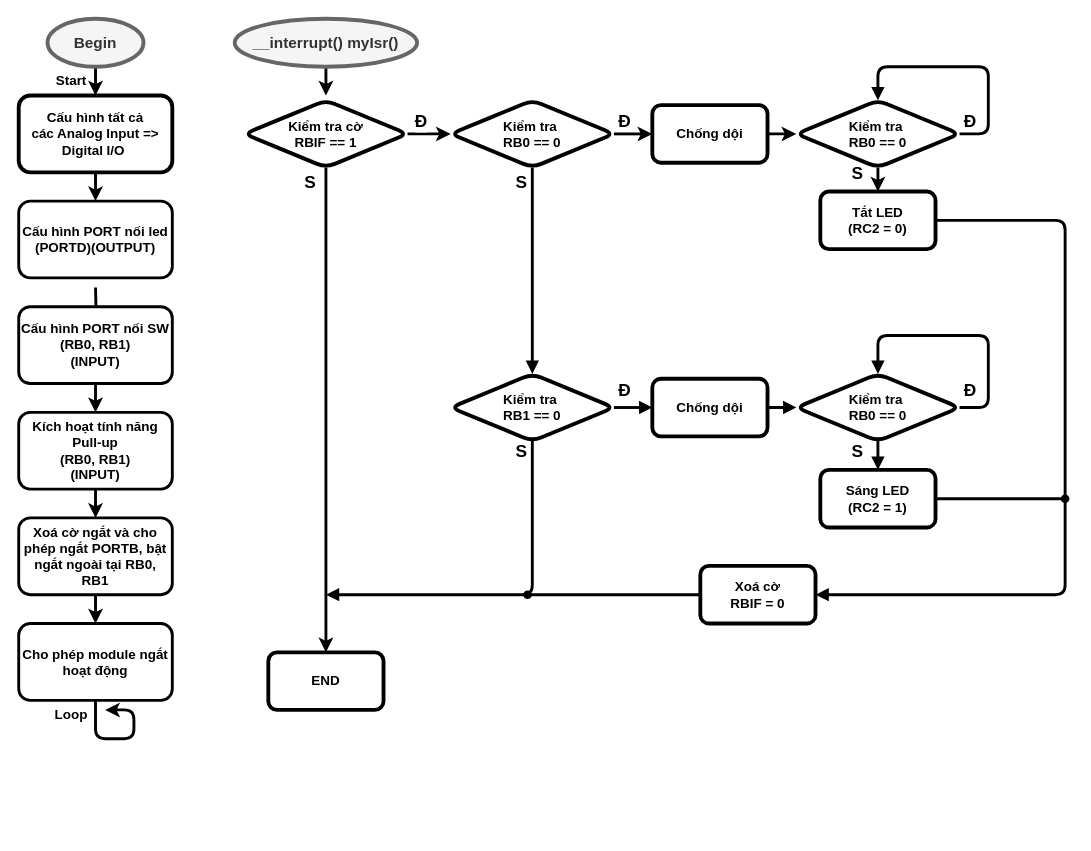
This is Untitled Diagram.drawio from rikkapro0128/CHUAN_NOP_MPLAB, a draw.io file, before an edit. Source tidied: cells renumbered, new cells numbered last; positions are measured from the earlier drawing's top-left corner, leaving out a move shared by most shapes. Both pictures are drawn from the tidied source at 96%, with x=0, y=0 at pixel (18, 18).
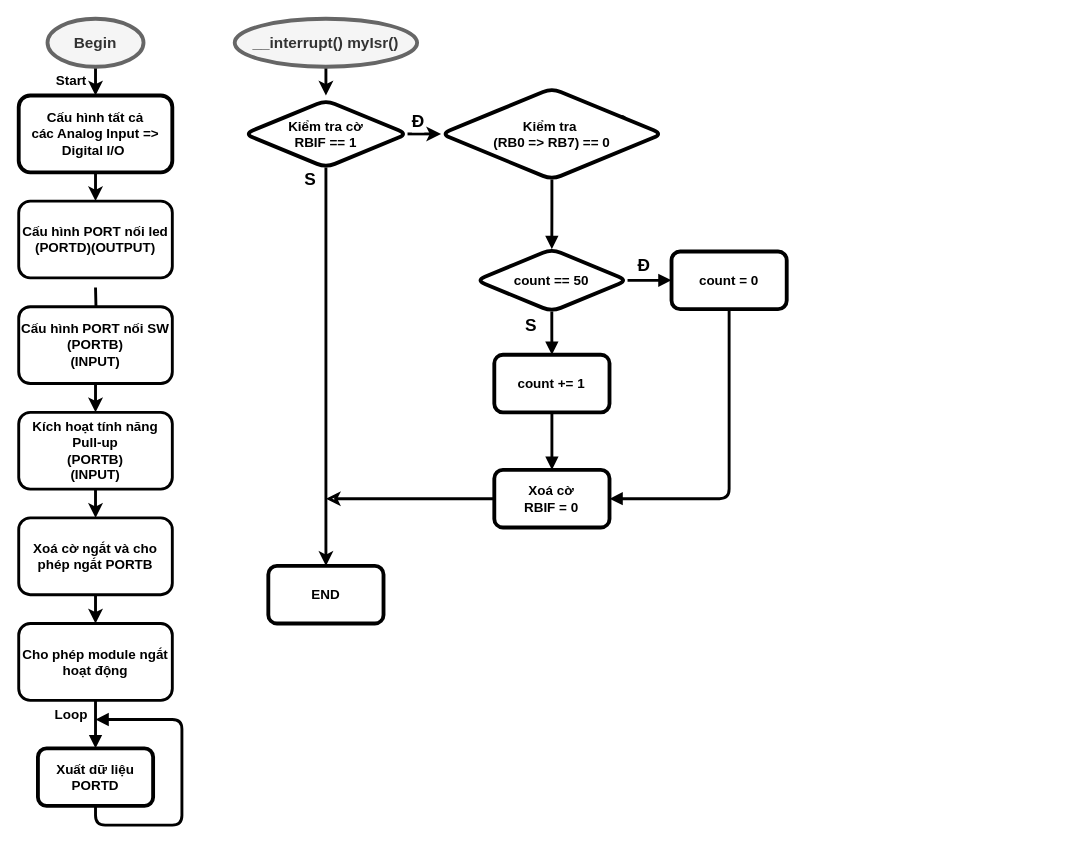
The same page after the edit.

The change refers to these unchanged cells:
```xml
<mxCell id="16" value="&lt;blockquote style=&quot;margin: 0 0 0 40px ; border: none ; padding: 0px&quot;&gt;&lt;/blockquote&gt;&lt;blockquote style=&quot;margin: 0 0 0 40px ; border: none ; padding: 0px&quot;&gt;&lt;blockquote style=&quot;margin: 0 0 0 40px ; border: none ; padding: 0px&quot;&gt;&lt;blockquote style=&quot;margin: 0 0 0 40px ; border: none ; padding: 0px&quot;&gt;&lt;/blockquote&gt;&lt;/blockquote&gt;&lt;/blockquote&gt;&lt;div&gt;&lt;span style=&quot;font-size: 14px&quot;&gt;&lt;b&gt;Cho phép module ngắt hoạt động&lt;/b&gt;&lt;/span&gt;&lt;/div&gt;&lt;blockquote style=&quot;margin: 0 0 0 40px ; border: none ; padding: 0px&quot;&gt;&lt;/blockquote&gt;&lt;blockquote style=&quot;margin: 0 0 0 40px ; border: none ; padding: 0px&quot;&gt;&lt;/blockquote&gt;&lt;blockquote style=&quot;margin: 0 0 0 40px ; border: none ; padding: 0px&quot;&gt;&lt;/blockquote&gt;" style="rounded=1;whiteSpace=wrap;html=1;strokeWidth=3;" parent="1" vertex="1">
  <mxGeometry y="630" width="160" height="80" as="geometry" />
</mxCell>
<mxCell id="20" style="edgeStyle=orthogonalEdgeStyle;rounded=1;jettySize=auto;html=1;strokeWidth=3;" parent="1" edge="1" source="32" target="33">
  <mxGeometry relative="1" as="geometry" />
</mxCell>
<mxCell id="26" style="edgeStyle=orthogonalEdgeStyle;rounded=1;jettySize=auto;html=1;strokeWidth=3;fontSize=18;" parent="1" edge="1" source="32" target="36">
  <mxGeometry relative="1" as="geometry">
    <Array as="points">
      <mxPoint x="440" y="120" />
      <mxPoint x="440" y="120" />
    </Array>
  </mxGeometry>
</mxCell>
```

What changed in the source:
```diff
@@
-    <mxCell id="9" value="&lt;blockquote style=&quot;margin: 0 0 0 40px ; border: none ; padding: 0px&quot;&gt;&lt;/blockquote&gt;&lt;blockquote style=&quot;margin: 0 0 0 40px ; border: none ; padding: 0px&quot;&gt;&lt;blockquote style=&quot;margin: 0 0 0 40px ; border: none ; padding: 0px&quot;&gt;&lt;blockquote style=&quot;margin: 0 0 0 40px ; border: none ; padding: 0px&quot;&gt;&lt;/blockquote&gt;&lt;/blockquote&gt;&lt;/blockquote&gt;&lt;div&gt;&lt;div&gt;&lt;span style=&quot;font-size: 14px&quot;&gt;&lt;b&gt;Cấu hình PORT nối SW&lt;/b&gt;&lt;/span&gt;&lt;/div&gt;&lt;/div&gt;&lt;div&gt;&lt;span style=&quot;font-size: 14px&quot;&gt;&lt;b&gt;(RB0, RB1)&lt;/b&gt;&lt;/span&gt;&lt;/div&gt;&lt;b style=&quot;font-size: 14px&quot;&gt;(INPUT)&lt;/b&gt;&lt;blockquote style=&quot;margin: 0 0 0 40px ; border: none ; padding: 0px&quot;&gt;&lt;/blockquote&gt;&lt;blockquote style=&quot;margin: 0 0 0 40px ; border: none ; padding: 0px&quot;&gt;&lt;/blockquote&gt;&lt;blockquote style=&quot;margin: 0 0 0 40px ; border: none ; padding: 0px&quot;&gt;&lt;/blockquote&gt;" style="rounded=1;whiteSpace=wrap;html=1;strokeWidth=3;" parent="1" vertex="1">
+    <mxCell id="9" value="&lt;blockquote style=&quot;margin: 0 0 0 40px ; border: none ; padding: 0px&quot;&gt;&lt;/blockquote&gt;&lt;blockquote style=&quot;margin: 0 0 0 40px ; border: none ; padding: 0px&quot;&gt;&lt;blockquote style=&quot;margin: 0 0 0 40px ; border: none ; padding: 0px&quot;&gt;&lt;blockquote style=&quot;margin: 0 0 0 40px ; border: none ; padding: 0px&quot;&gt;&lt;/blockquote&gt;&lt;/blockquote&gt;&lt;/blockquote&gt;&lt;div&gt;&lt;div&gt;&lt;span style=&quot;font-size: 14px&quot;&gt;&lt;b&gt;Cấu hình PORT nối SW&lt;/b&gt;&lt;/span&gt;&lt;/div&gt;&lt;/div&gt;&lt;div&gt;&lt;span style=&quot;font-size: 14px&quot;&gt;&lt;b&gt;(PORTB)&lt;/b&gt;&lt;/span&gt;&lt;/div&gt;&lt;b style=&quot;font-size: 14px&quot;&gt;(INPUT)&lt;/b&gt;&lt;blockquote style=&quot;margin: 0 0 0 40px ; border: none ; padding: 0px&quot;&gt;&lt;/blockquote&gt;&lt;blockquote style=&quot;margin: 0 0 0 40px ; border: none ; padding: 0px&quot;&gt;&lt;/blockquote&gt;&lt;blockquote style=&quot;margin: 0 0 0 40px ; border: none ; padding: 0px&quot;&gt;&lt;/blockquote&gt;" style="rounded=1;whiteSpace=wrap;html=1;strokeWidth=3;" parent="1" vertex="1">
       <mxGeometry y="300" width="160" height="80" as="geometry" />
     </mxCell>
@@
-    <mxCell id="11" value="&lt;blockquote style=&quot;margin: 0 0 0 40px ; border: none ; padding: 0px&quot;&gt;&lt;/blockquote&gt;&lt;blockquote style=&quot;margin: 0 0 0 40px ; border: none ; padding: 0px&quot;&gt;&lt;blockquote style=&quot;margin: 0 0 0 40px ; border: none ; padding: 0px&quot;&gt;&lt;blockquote style=&quot;margin: 0 0 0 40px ; border: none ; padding: 0px&quot;&gt;&lt;/blockquote&gt;&lt;/blockquote&gt;&lt;/blockquote&gt;&lt;div&gt;&lt;span style=&quot;font-size: 14px&quot;&gt;&lt;b&gt;Kích hoạt tính năng Pull-up&lt;/b&gt;&lt;/span&gt;&lt;/div&gt;&lt;div&gt;&lt;span style=&quot;font-size: 14px&quot;&gt;&lt;b&gt;(RB0, RB1)&lt;/b&gt;&lt;/span&gt;&lt;/div&gt;&lt;b style=&quot;font-size: 14px&quot;&gt;(INPUT)&lt;/b&gt;&lt;blockquote style=&quot;margin: 0 0 0 40px ; border: none ; padding: 0px&quot;&gt;&lt;/blockquote&gt;&lt;blockquote style=&quot;margin: 0 0 0 40px ; border: none ; padding: 0px&quot;&gt;&lt;/blockquote&gt;&lt;blockquote style=&quot;margin: 0 0 0 40px ; border: none ; padding: 0px&quot;&gt;&lt;/blockquote&gt;" style="rounded=1;whiteSpace=wrap;html=1;strokeWidth=3;" parent="1" vertex="1">
+    <mxCell id="11" value="&lt;blockquote style=&quot;margin: 0 0 0 40px ; border: none ; padding: 0px&quot;&gt;&lt;/blockquote&gt;&lt;blockquote style=&quot;margin: 0 0 0 40px ; border: none ; padding: 0px&quot;&gt;&lt;blockquote style=&quot;margin: 0 0 0 40px ; border: none ; padding: 0px&quot;&gt;&lt;blockquote style=&quot;margin: 0 0 0 40px ; border: none ; padding: 0px&quot;&gt;&lt;/blockquote&gt;&lt;/blockquote&gt;&lt;/blockquote&gt;&lt;div&gt;&lt;span style=&quot;font-size: 14px&quot;&gt;&lt;b&gt;Kích hoạt tính năng Pull-up&lt;/b&gt;&lt;/span&gt;&lt;/div&gt;&lt;div&gt;&lt;span style=&quot;font-size: 14px&quot;&gt;&lt;b&gt;(&lt;/b&gt;&lt;/span&gt;&lt;b style=&quot;font-size: 14px&quot;&gt;PORTB&lt;/b&gt;&lt;span style=&quot;font-size: 14px&quot;&gt;&lt;b&gt;)&lt;/b&gt;&lt;/span&gt;&lt;/div&gt;&lt;b style=&quot;font-size: 14px&quot;&gt;(INPUT)&lt;/b&gt;&lt;blockquote style=&quot;margin: 0 0 0 40px ; border: none ; padding: 0px&quot;&gt;&lt;/blockquote&gt;&lt;blockquote style=&quot;margin: 0 0 0 40px ; border: none ; padding: 0px&quot;&gt;&lt;/blockquote&gt;&lt;blockquote style=&quot;margin: 0 0 0 40px ; border: none ; padding: 0px&quot;&gt;&lt;/blockquote&gt;" style="rounded=1;whiteSpace=wrap;html=1;strokeWidth=3;" parent="1" vertex="1">
       <mxGeometry y="410" width="160" height="80" as="geometry" />
     </mxCell>
@@
-    <mxCell id="13" value="&lt;blockquote style=&quot;margin: 0 0 0 40px ; border: none ; padding: 0px&quot;&gt;&lt;/blockquote&gt;&lt;blockquote style=&quot;margin: 0 0 0 40px ; border: none ; padding: 0px&quot;&gt;&lt;blockquote style=&quot;margin: 0 0 0 40px ; border: none ; padding: 0px&quot;&gt;&lt;blockquote style=&quot;margin: 0 0 0 40px ; border: none ; padding: 0px&quot;&gt;&lt;/blockquote&gt;&lt;/blockquote&gt;&lt;/blockquote&gt;&lt;div&gt;&lt;span style=&quot;font-size: 14px&quot;&gt;&lt;b&gt;Xoá cờ ngắt và cho phép ngắt PORTB, bật ngắt ngoài tại RB0, RB1&lt;/b&gt;&lt;/span&gt;&lt;/div&gt;&lt;blockquote style=&quot;margin: 0 0 0 40px ; border: none ; padding: 0px&quot;&gt;&lt;/blockquote&gt;&lt;blockquote style=&quot;margin: 0 0 0 40px ; border: none ; padding: 0px&quot;&gt;&lt;/blockquote&gt;&lt;blockquote style=&quot;margin: 0 0 0 40px ; border: none ; padding: 0px&quot;&gt;&lt;/blockquote&gt;" style="rounded=1;whiteSpace=wrap;html=1;strokeWidth=3;" parent="1" vertex="1">
+    <mxCell id="13" value="&lt;blockquote style=&quot;margin: 0 0 0 40px ; border: none ; padding: 0px&quot;&gt;&lt;/blockquote&gt;&lt;blockquote style=&quot;margin: 0 0 0 40px ; border: none ; padding: 0px&quot;&gt;&lt;blockquote style=&quot;margin: 0 0 0 40px ; border: none ; padding: 0px&quot;&gt;&lt;blockquote style=&quot;margin: 0 0 0 40px ; border: none ; padding: 0px&quot;&gt;&lt;/blockquote&gt;&lt;/blockquote&gt;&lt;/blockquote&gt;&lt;div&gt;&lt;span style=&quot;font-size: 14px&quot;&gt;&lt;b&gt;Xoá cờ ngắt và cho phép ngắt PORTB&lt;/b&gt;&lt;/span&gt;&lt;/div&gt;&lt;blockquote style=&quot;margin: 0 0 0 40px ; border: none ; padding: 0px&quot;&gt;&lt;/blockquote&gt;&lt;blockquote style=&quot;margin: 0 0 0 40px ; border: none ; padding: 0px&quot;&gt;&lt;/blockquote&gt;&lt;blockquote style=&quot;margin: 0 0 0 40px ; border: none ; padding: 0px&quot;&gt;&lt;/blockquote&gt;" style="rounded=1;whiteSpace=wrap;html=1;strokeWidth=3;" parent="1" vertex="1">
       <mxGeometry y="520" width="160" height="80" as="geometry" />
     </mxCell>
@@
-    <mxCell id="15" style="edgeStyle=orthogonalEdgeStyle;rounded=1;jettySize=auto;html=1;strokeWidth=3;" parent="1" edge="1" source="16">
-      <mxGeometry relative="1" as="geometry">
-        <mxPoint x="90" y="720" as="targetPoint" />
-        <Array as="points">
-          <mxPoint x="80" y="750" />
-          <mxPoint x="120" y="750" />
-          <mxPoint x="120" y="720" />
-        </Array>
-      </mxGeometry>
-    </mxCell>
+    <mxCell id="56" style="edgeStyle=orthogonalEdgeStyle;rounded=1;jettySize=auto;html=1;endArrow=block;endFill=1;strokeWidth=3;fontSize=18;" parent="1" edge="1" source="16" target="61">
+      <mxGeometry relative="1" as="geometry" />
+    </mxCell>
@@
-    <mxCell id="22" value="S" style="edgeLabel;html=1;align=right;verticalAlign=middle;horizontal=1;fontSize=18;fontStyle=1;labelPosition=left;verticalLabelPosition=middle;" parent="20" vertex="1">
-      <mxGeometry x="-0.93" relative="1" as="geometry">
-        <mxPoint x="560" y="-13" as="offset" />
-      </mxGeometry>
-    </mxCell>
-    <mxCell id="23" value="S" style="edgeLabel;html=1;align=right;verticalAlign=middle;horizontal=1;fontSize=18;fontStyle=1;labelPosition=left;verticalLabelPosition=middle;" parent="20" vertex="1">
-      <mxGeometry x="-0.93" relative="1" as="geometry">
-        <mxPoint x="560" y="277" as="offset" />
-      </mxGeometry>
-    </mxCell>
-    <mxCell id="24" value="S" style="edgeLabel;html=1;align=right;verticalAlign=middle;horizontal=1;fontSize=18;fontStyle=1;labelPosition=left;verticalLabelPosition=middle;" parent="20" vertex="1">
-      <mxGeometry x="-0.93" relative="1" as="geometry">
-        <mxPoint x="210" y="-3" as="offset" />
-      </mxGeometry>
-    </mxCell>
-    <mxCell id="25" value="S" style="edgeLabel;html=1;align=right;verticalAlign=middle;horizontal=1;fontSize=18;fontStyle=1;labelPosition=left;verticalLabelPosition=middle;" parent="20" vertex="1">
-      <mxGeometry x="-0.93" relative="1" as="geometry">
-        <mxPoint x="210" y="277" as="offset" />
-      </mxGeometry>
-    </mxCell>
+    <mxCell id="57" value="S" style="edgeLabel;html=1;align=right;verticalAlign=middle;horizontal=1;fontSize=18;fontStyle=1;labelPosition=left;verticalLabelPosition=middle;" parent="20" vertex="1">
+      <mxGeometry x="-0.93" relative="1" as="geometry">
+        <mxPoint x="220" y="149.8" as="offset" />
+      </mxGeometry>
+    </mxCell>
@@
-    <mxCell id="28" value="Đ" style="edgeLabel;html=1;align=center;verticalAlign=bottom;fontSize=18;fontStyle=1;horizontal=1;" parent="26" vertex="1">
-      <mxGeometry x="-0.41" relative="1" as="geometry">
-        <mxPoint x="572" as="offset" />
-      </mxGeometry>
-    </mxCell>
-    <mxCell id="29" value="Đ" style="edgeLabel;html=1;align=center;verticalAlign=bottom;fontSize=18;fontStyle=1;horizontal=1;" parent="26" vertex="1">
-      <mxGeometry x="-0.41" relative="1" as="geometry">
-        <mxPoint x="572" y="280" as="offset" />
-      </mxGeometry>
-    </mxCell>
@@
-    <mxCell id="31" value="Đ" style="edgeLabel;html=1;align=center;verticalAlign=bottom;fontSize=18;fontStyle=1;horizontal=1;" parent="26" vertex="1">
-      <mxGeometry x="-0.41" relative="1" as="geometry">
-        <mxPoint x="212" y="280" as="offset" />
-      </mxGeometry>
-    </mxCell>
+    <mxCell id="58" value="Đ" style="edgeLabel;html=1;align=center;verticalAlign=bottom;fontSize=18;fontStyle=1;horizontal=1;" parent="26" vertex="1">
+      <mxGeometry x="-0.41" relative="1" as="geometry">
+        <mxPoint x="235" y="150" as="offset" />
+      </mxGeometry>
+    </mxCell>
@@
     <mxCell id="33" value="&lt;font style=&quot;font-size: 14px&quot;&gt;&lt;b&gt;END&lt;/b&gt;&lt;/font&gt;" style="whiteSpace=wrap;html=1;rounded=1;strokeWidth=4;" parent="1" vertex="1">
-      <mxGeometry x="260" y="660" width="120" height="60" as="geometry" />
+      <mxGeometry x="260" y="570" width="120" height="60" as="geometry" />
     </mxCell>
-    <mxCell id="34" style="edgeStyle=orthogonalEdgeStyle;rounded=1;jettySize=auto;html=1;strokeWidth=3;fontSize=18;" parent="1" edge="1" source="36" target="41">
-      <mxGeometry relative="1" as="geometry" />
-    </mxCell>
-    <mxCell id="35" style="edgeStyle=orthogonalEdgeStyle;rounded=1;jettySize=auto;html=1;entryX=0.5;entryY=0;entryDx=0;entryDy=0;endArrow=block;endFill=1;strokeWidth=3;fontSize=18;" parent="1" edge="1" source="36" target="39">
-      <mxGeometry relative="1" as="geometry" />
-    </mxCell>
+    <mxCell id="59" style="edgeStyle=orthogonalEdgeStyle;rounded=1;jettySize=auto;html=1;endArrow=block;endFill=1;strokeWidth=3;fontSize=18;" parent="1" edge="1" source="36" target="64">
+      <mxGeometry relative="1" as="geometry" />
+    </mxCell>
-    <mxCell id="36" value="&lt;b&gt;&lt;font style=&quot;font-size: 14px&quot;&gt;Kiểm tra&amp;nbsp;&lt;br&gt;RB0 == 0&lt;br&gt;&lt;/font&gt;&lt;/b&gt;" style="rhombus;whiteSpace=wrap;html=1;rounded=1;strokeWidth=4;" parent="1" vertex="1">
-      <mxGeometry x="450" y="85" width="170" height="70" as="geometry" />
+    <mxCell id="36" value="&lt;b&gt;&lt;font style=&quot;font-size: 14px&quot;&gt;Kiểm tra&amp;nbsp;&lt;br&gt;(RB0 =&amp;gt; RB7) == 0&lt;br&gt;&lt;/font&gt;&lt;/b&gt;" style="rhombus;whiteSpace=wrap;html=1;rounded=1;strokeWidth=4;" parent="1" vertex="1">
+      <mxGeometry x="440" y="72.5" width="230.7" height="95" as="geometry" />
     </mxCell>
-    <mxCell id="37" style="edgeStyle=orthogonalEdgeStyle;rounded=1;jettySize=auto;html=1;endArrow=block;endFill=1;strokeWidth=3;fontSize=18;" parent="1" edge="1" source="39" target="48">
-      <mxGeometry relative="1" as="geometry" />
-    </mxCell>
-    <mxCell id="38" style="edgeStyle=orthogonalEdgeStyle;rounded=1;jettySize=auto;html=1;endArrow=block;endFill=1;strokeWidth=3;fontSize=18;" parent="1" edge="1" source="39">
-      <mxGeometry relative="1" as="geometry">
-        <mxPoint x="320" y="600" as="targetPoint" />
-        <Array as="points">
-          <mxPoint x="535" y="600" />
-        </Array>
-      </mxGeometry>
-    </mxCell>
-    <mxCell id="39" value="&lt;b&gt;&lt;font style=&quot;font-size: 14px&quot;&gt;Kiểm tra&amp;nbsp;&lt;br&gt;RB1 == 0&lt;br&gt;&lt;/font&gt;&lt;/b&gt;" style="rhombus;whiteSpace=wrap;html=1;rounded=1;strokeWidth=4;" parent="1" vertex="1">
-      <mxGeometry x="450" y="370" width="170" height="70" as="geometry" />
-    </mxCell>
-    <mxCell id="40" style="edgeStyle=orthogonalEdgeStyle;rounded=1;jettySize=auto;html=1;strokeWidth=3;fontSize=18;" parent="1" edge="1" source="41" target="44">
-      <mxGeometry relative="1" as="geometry" />
-    </mxCell>
-    <mxCell id="41" value="&lt;b&gt;&lt;font style=&quot;font-size: 14px&quot;&gt;Chống dội&lt;/font&gt;&lt;/b&gt;" style="whiteSpace=wrap;html=1;rounded=1;strokeWidth=4;" parent="1" vertex="1">
-      <mxGeometry x="660" y="90" width="120" height="60" as="geometry" />
-    </mxCell>
-    <mxCell id="42" style="edgeStyle=orthogonalEdgeStyle;rounded=1;jettySize=auto;html=1;strokeWidth=3;fontSize=18;" parent="1" edge="1" source="44" target="46">
-      <mxGeometry relative="1" as="geometry" />
-    </mxCell>
-    <mxCell id="43" style="edgeStyle=orthogonalEdgeStyle;rounded=1;orthogonalLoop=1;jettySize=auto;html=1;endArrow=block;endFill=1;strokeWidth=3;fontSize=18;entryX=0.5;entryY=0;entryDx=0;entryDy=0;" parent="1" edge="1" source="44" target="44">
-      <mxGeometry relative="1" as="geometry">
-        <Array as="points">
-          <mxPoint x="1010" y="120" />
-          <mxPoint x="1010" y="50" />
-          <mxPoint x="895" y="50" />
-        </Array>
-      </mxGeometry>
-    </mxCell>
-    <mxCell id="44" value="&lt;b&gt;&lt;font style=&quot;font-size: 14px&quot;&gt;Kiểm tra&amp;nbsp;&lt;br&gt;RB0 == 0&lt;/font&gt;&lt;/b&gt;&lt;b&gt;&lt;font style=&quot;font-size: 14px&quot;&gt;&lt;br&gt;&lt;/font&gt;&lt;/b&gt;" style="rhombus;whiteSpace=wrap;html=1;rounded=1;strokeWidth=4;" parent="1" vertex="1">
-      <mxGeometry x="810" y="85" width="170" height="70" as="geometry" />
-    </mxCell>
-    <mxCell id="45" style="edgeStyle=orthogonalEdgeStyle;rounded=1;jettySize=auto;html=1;endArrow=block;endFill=1;strokeWidth=3;fontSize=18;entryX=1;entryY=0.5;entryDx=0;entryDy=0;" parent="1" edge="1" source="46" target="55">
-      <mxGeometry relative="1" as="geometry">
-        <Array as="points">
-          <mxPoint x="1090" y="210" />
-          <mxPoint x="1090" y="600" />
-        </Array>
-      </mxGeometry>
-    </mxCell>
-    <mxCell id="46" value="&lt;b style=&quot;font-size: 14px&quot;&gt;Tắt LED&lt;br&gt;(RC2 = 0)&lt;/b&gt;" style="whiteSpace=wrap;html=1;rounded=1;strokeWidth=4;" parent="1" vertex="1">
-      <mxGeometry x="835" y="180" width="120" height="60" as="geometry" />
-    </mxCell>
-    <mxCell id="47" style="edgeStyle=orthogonalEdgeStyle;rounded=1;jettySize=auto;html=1;endArrow=block;endFill=1;strokeWidth=3;fontSize=18;" parent="1" edge="1" source="48" target="51">
-      <mxGeometry relative="1" as="geometry" />
-    </mxCell>
-    <mxCell id="48" value="&lt;b&gt;&lt;font style=&quot;font-size: 14px&quot;&gt;Chống dội&lt;/font&gt;&lt;/b&gt;" style="whiteSpace=wrap;html=1;rounded=1;strokeWidth=4;" parent="1" vertex="1">
-      <mxGeometry x="660" y="375" width="120" height="60" as="geometry" />
-    </mxCell>
-    <mxCell id="49" style="edgeStyle=orthogonalEdgeStyle;rounded=1;jettySize=auto;html=1;endArrow=block;endFill=1;strokeWidth=3;fontSize=18;" parent="1" edge="1" source="51" target="53">
-      <mxGeometry relative="1" as="geometry" />
-    </mxCell>
-    <mxCell id="50" style="edgeStyle=orthogonalEdgeStyle;rounded=1;orthogonalLoop=1;jettySize=auto;html=1;endArrow=block;endFill=1;strokeWidth=3;fontSize=18;entryX=0.5;entryY=0;entryDx=0;entryDy=0;" parent="1" edge="1" source="51" target="51">
-      <mxGeometry relative="1" as="geometry">
-        <Array as="points">
-          <mxPoint x="1010" y="405" />
-          <mxPoint x="1010" y="330" />
-          <mxPoint x="895" y="330" />
-        </Array>
-      </mxGeometry>
-    </mxCell>
-    <mxCell id="51" value="&lt;b&gt;&lt;font style=&quot;font-size: 14px&quot;&gt;Kiểm tra&amp;nbsp;&lt;br&gt;RB0 == 0&lt;/font&gt;&lt;/b&gt;&lt;b&gt;&lt;font style=&quot;font-size: 14px&quot;&gt;&lt;br&gt;&lt;/font&gt;&lt;/b&gt;" style="rhombus;whiteSpace=wrap;html=1;rounded=1;strokeWidth=4;" parent="1" vertex="1">
-      <mxGeometry x="810" y="370" width="170" height="70" as="geometry" />
-    </mxCell>
-    <mxCell id="52" style="edgeStyle=orthogonalEdgeStyle;rounded=1;jettySize=auto;html=1;endArrow=oval;endFill=1;strokeWidth=3;fontSize=18;" parent="1" edge="1" source="53">
-      <mxGeometry relative="1" as="geometry">
-        <mxPoint x="1090" y="500" as="targetPoint" />
-      </mxGeometry>
-    </mxCell>
-    <mxCell id="53" value="&lt;b style=&quot;font-size: 14px&quot;&gt;Sáng LED&lt;br&gt;(RC2 = 1)&lt;/b&gt;" style="whiteSpace=wrap;html=1;rounded=1;strokeWidth=4;" parent="1" vertex="1">
-      <mxGeometry x="835" y="470" width="120" height="60" as="geometry" />
-    </mxCell>
-    <mxCell id="54" style="edgeStyle=orthogonalEdgeStyle;rounded=1;jettySize=auto;html=1;endArrow=oval;endFill=1;strokeWidth=3;fontSize=18;" parent="1" edge="1" source="55">
-      <mxGeometry relative="1" as="geometry">
-        <mxPoint x="530" y="600" as="targetPoint" />
-      </mxGeometry>
-    </mxCell>
+    <mxCell id="60" style="edgeStyle=orthogonalEdgeStyle;rounded=1;jettySize=auto;html=1;endArrow=block;endFill=1;strokeWidth=3;fontSize=18;" parent="1" edge="1" source="61">
+      <mxGeometry relative="1" as="geometry">
+        <mxPoint x="80" y="730" as="targetPoint" />
+        <Array as="points">
+          <mxPoint x="80" y="840" />
+          <mxPoint x="170" y="840" />
+          <mxPoint x="170" y="730" />
+        </Array>
+      </mxGeometry>
+    </mxCell>
+    <mxCell id="61" value="&lt;font style=&quot;font-size: 14px&quot;&gt;&lt;b&gt;Xuất dữ liệu PORTD&lt;/b&gt;&lt;/font&gt;" style="whiteSpace=wrap;html=1;rounded=1;strokeWidth=4;" parent="1" vertex="1">
+      <mxGeometry x="20" y="760" width="120" height="60" as="geometry" />
+    </mxCell>
+    <mxCell id="62" style="edgeStyle=orthogonalEdgeStyle;rounded=1;jettySize=auto;html=1;endArrow=block;endFill=1;strokeWidth=3;fontSize=18;" parent="1" edge="1" source="64" target="66">
+      <mxGeometry relative="1" as="geometry" />
+    </mxCell>
+    <mxCell id="63" style="edgeStyle=orthogonalEdgeStyle;rounded=1;jettySize=auto;html=1;endArrow=block;endFill=1;strokeWidth=3;fontSize=18;" parent="1" edge="1" source="64" target="68">
+      <mxGeometry relative="1" as="geometry" />
+    </mxCell>
+    <mxCell id="64" value="&lt;b style=&quot;font-size: 14px&quot;&gt;&lt;font style=&quot;font-size: 14px&quot;&gt;&lt;font style=&quot;font-size: 14px&quot;&gt;count &lt;/font&gt;&lt;font style=&quot;font-size: 14px&quot;&gt;== 50&lt;/font&gt;&lt;br&gt;&lt;/font&gt;&lt;/b&gt;" style="rhombus;whiteSpace=wrap;html=1;rounded=1;strokeWidth=4;" parent="1" vertex="1">
+      <mxGeometry x="476.4" y="240" width="157.8" height="65" as="geometry" />
+    </mxCell>
+    <mxCell id="65" style="edgeStyle=orthogonalEdgeStyle;rounded=1;jettySize=auto;html=1;endArrow=block;endFill=1;strokeWidth=3;fontSize=18;entryX=1;entryY=0.5;entryDx=0;entryDy=0;" parent="1" edge="1" source="66" target="55">
+      <mxGeometry relative="1" as="geometry">
+        <Array as="points">
+          <mxPoint x="740" y="500" />
+        </Array>
+      </mxGeometry>
+    </mxCell>
+    <mxCell id="66" value="&lt;font size=&quot;1&quot;&gt;&lt;b style=&quot;font-size: 14px&quot;&gt;count = 0&lt;/b&gt;&lt;/font&gt;" style="whiteSpace=wrap;html=1;rounded=1;strokeWidth=4;" parent="1" vertex="1">
+      <mxGeometry x="680" y="242.5" width="120" height="60" as="geometry" />
+    </mxCell>
+    <mxCell id="67" style="edgeStyle=orthogonalEdgeStyle;rounded=1;jettySize=auto;html=1;endArrow=block;endFill=1;strokeWidth=3;fontSize=18;" parent="1" edge="1" source="68" target="55">
+      <mxGeometry relative="1" as="geometry" />
+    </mxCell>
+    <mxCell id="68" value="&lt;b&gt;&lt;font style=&quot;font-size: 14px&quot;&gt;count += 1&lt;/font&gt;&lt;/b&gt;" style="whiteSpace=wrap;html=1;rounded=1;strokeWidth=4;" parent="1" vertex="1">
+      <mxGeometry x="495.4" y="350" width="120" height="60" as="geometry" />
+    </mxCell>
+    <mxCell id="69" style="edgeStyle=orthogonalEdgeStyle;rounded=1;jettySize=auto;html=1;endArrow=classic;endFill=0;strokeWidth=3;fontSize=18;" parent="1" edge="1" source="55">
+      <mxGeometry relative="1" as="geometry">
+        <mxPoint x="320" y="500" as="targetPoint" />
+      </mxGeometry>
+    </mxCell>
-    <mxCell id="55" value="&lt;b&gt;&lt;font style=&quot;font-size: 14px&quot;&gt;Xoá cờ&lt;br&gt;&lt;/font&gt;&lt;/b&gt;&lt;b&gt;&lt;font style=&quot;font-size: 14px&quot;&gt;RBIF = 0&lt;/font&gt;&lt;/b&gt;&lt;b&gt;&lt;font style=&quot;font-size: 14px&quot;&gt;&lt;br&gt;&lt;/font&gt;&lt;/b&gt;" style="whiteSpace=wrap;html=1;rounded=1;strokeWidth=4;" parent="1" vertex="1">
-      <mxGeometry x="710" y="570" width="120" height="60" as="geometry" />
+    <mxCell id="55" value="&lt;b style=&quot;font-size: 14px&quot;&gt;Xoá cờ&lt;br&gt;RBIF = 0&lt;/b&gt;" style="whiteSpace=wrap;html=1;rounded=1;strokeWidth=4;" parent="1" vertex="1">
+      <mxGeometry x="495.4" y="470" width="120" height="60" as="geometry" />
     </mxCell>
```
